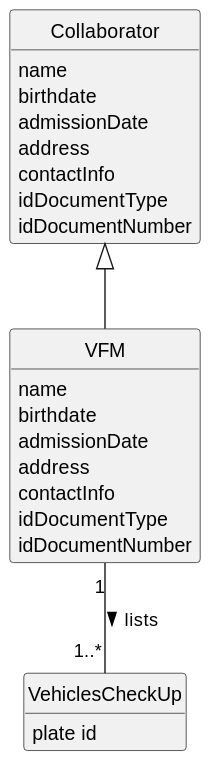
The PlantUML diagram docs/sprintA/us008/02.analysis/svg/us008-domain-model.svg in diogoveirospro/lei-24-s2-1dg-g072, before a commit.
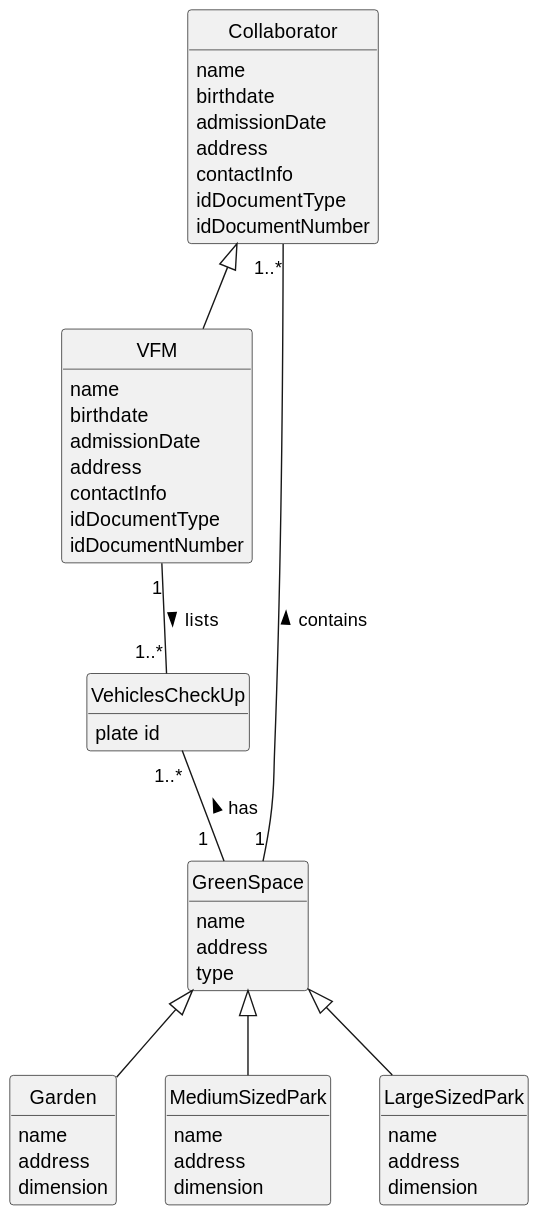
The same diagram one commit later.

The edit, as a diff of the source:
```diff
@@ -32,8 +32,37 @@
 class VehiclesCheckUp {
     plate id
 }
+class GreenSpace {
+    name
+    address
+    type
+}
+
+class Garden {
+    name
+    address
+    dimension
+}
+
+class MediumSizedPark {
+    name
+    address
+    dimension
+}
+
+class LargeSizedPark {
+    name
+    address
+    dimension
+}
+
 
 
 Collaborator <|-- VFM
 VFM "1" -- "1..*" VehiclesCheckUp: lists >
+GreenSpace <|-- Garden
+GreenSpace <|-- MediumSizedPark
+GreenSpace <|-- LargeSizedPark
+GreenSpace "1" -- "1..*" Collaborator: contains >
+VehiclesCheckUp "1..*" -- "1  " GreenSpace: has <
 @enduml
```
